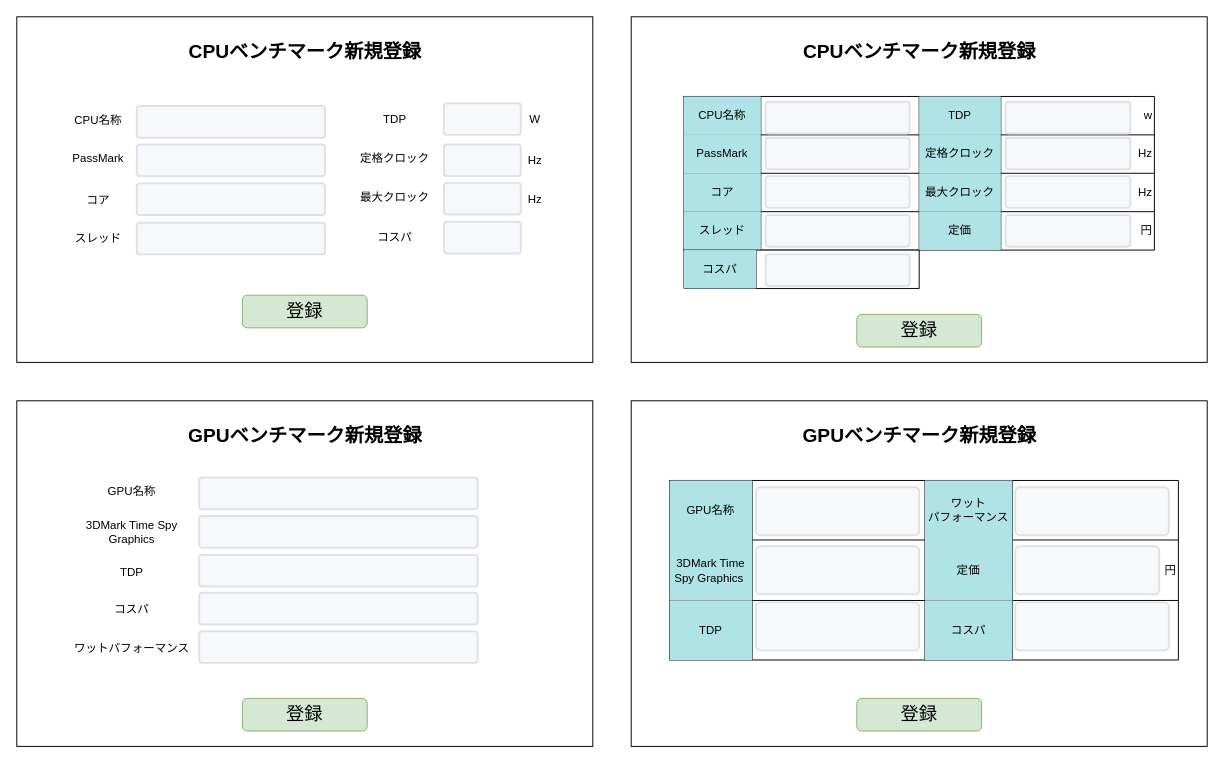
HaruShim/Sotuken keeps this draw.io diagram as page "S05-02 ベンチマーク新規登録" (2 of 3) of 各種設計書/6.画面設計書/S05_ベンチマークマスタ.drawio. Above is the earlier version. Source tidied: cells renumbered, new cells numbered last; positions are measured from the earlier drawing's top-left corner, leaving out a move shared by most shapes. Both pictures are drawn from the tidied source at 96%, with x=0, y=0 at pixel (16, 16). Pictures stored in the file or linked from it are replaced by grey dashed boxes.
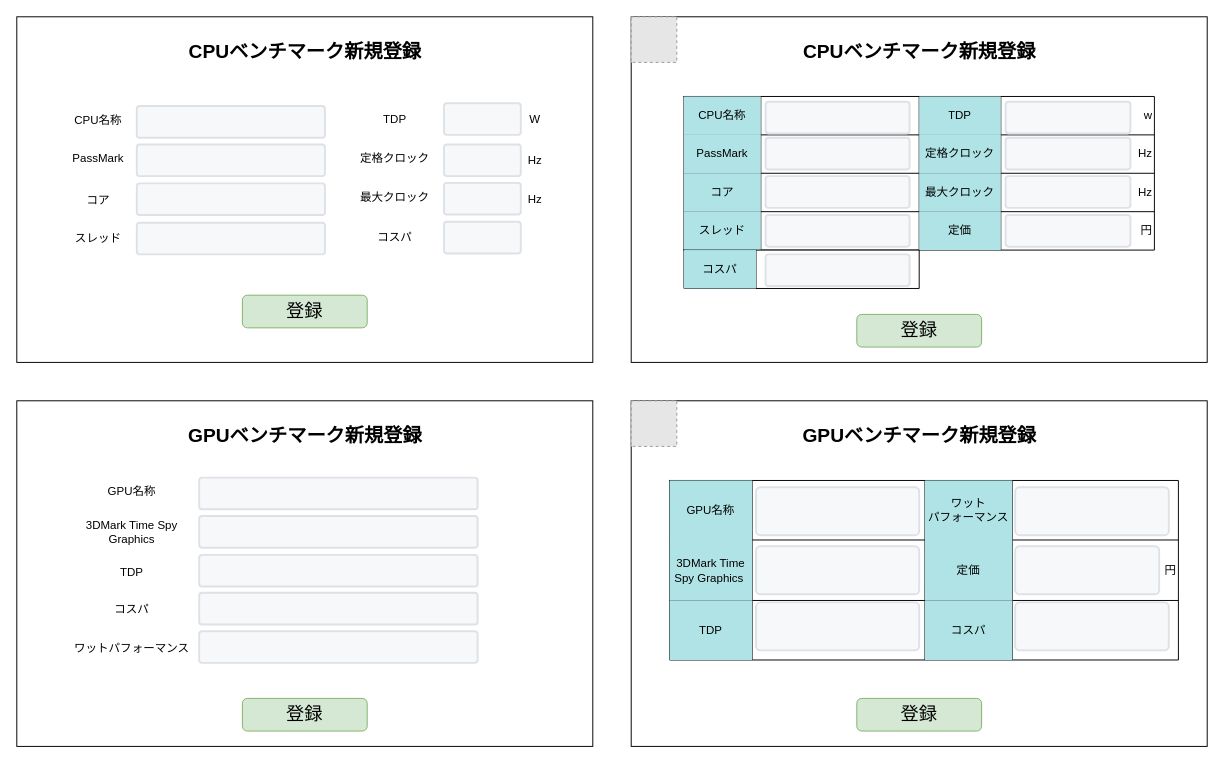
The same page after the edit.

Change to the diagram source:
```diff
@@
+    <mxCell id="101" style="fillColor=#E6E6E6;strokeColor=#999999;dashed=1;html=1;verticalAlign=top;verticalLabelPosition=bottom;labelBackgroundColor=#ffffff;" parent="1" vertex="1">
+      <mxGeometry x="640" width="47.5" height="47.5" as="geometry" />
+    </mxCell>
+    <mxCell id="102" style="fillColor=#E6E6E6;strokeColor=#999999;dashed=1;html=1;verticalAlign=top;verticalLabelPosition=bottom;labelBackgroundColor=#ffffff;" parent="1" vertex="1">
+      <mxGeometry x="640" y="400" width="47.5" height="47.5" as="geometry" />
+    </mxCell>
```
